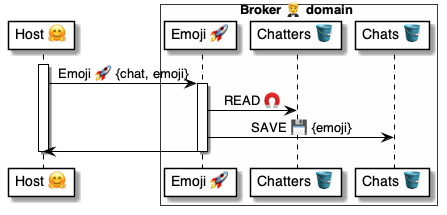
Before: 4 ⚙️ Solution/20 🧑‍🦰 UI/Brokers 🤵/🤵📨 Broker msgs/Chats 💬 Emoji 🤗🚀🤵/🤵 Emoji ⚙️ uml.png, a diagram exported from PlantUML (pollyweb-org/pollyweb-docs). Its source is kept beside it as 4 ⚙️ Solution/20 🧑‍🦰 UI/Brokers 🤵/🤵📨 Broker msgs/Chats 💬 Emoji 🤗🚀🤵/🤵 Emoji ⚙️ uml.puml.
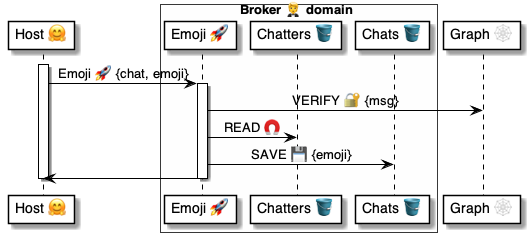
Later version of the same file.

Change to the diagram source:
```diff
@@ -2,17 +2,19 @@
 
 
 participant "Host 🤗" as host
-
 box Broker 🤵 domain #FFFFFA
     participant "Emoji 🚀" as broker
     participant "Chatters 🪣" as chatters
     participant "Chats 🪣" as chats
 end box
+participant "Graph 🕸" as graph
+
 
 activate host
 host -> broker: Emoji 🚀 {chat, emoji}
 
     activate broker
+        broker -> graph: VERIFY 🔐 {msg}
         broker -> chatters: READ 🧲
         broker -> chats: SAVE 💾 {emoji}
         broker -> host:
```
